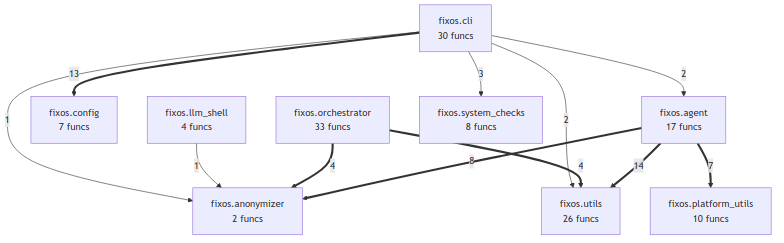
Before: project/compact_flow.png, a diagram exported from Mermaid (wronai/fixos). Its source is kept beside it as project/compact_flow.mmd. The source it was exported from:
```mermaid
flowchart TD
    fixos_agent["fixos.agent<br/>17 funcs"]
    fixos_anonymizer["fixos.anonymizer<br/>2 funcs"]
    fixos_cli["fixos.cli<br/>30 funcs"]
    fixos_config["fixos.config<br/>7 funcs"]
    fixos_llm_shell["fixos.llm_shell<br/>4 funcs"]
    fixos_orchestrator["fixos.orchestrator<br/>33 funcs"]
    fixos_platform_utils["fixos.platform_utils<br/>10 funcs"]
    fixos_system_checks["fixos.system_checks<br/>8 funcs"]
    fixos_utils["fixos.utils<br/>26 funcs"]
    fixos_agent ==>|14| fixos_utils
    fixos_cli ==>|13| fixos_config
    fixos_agent ==>|8| fixos_anonymizer
    fixos_agent ==>|7| fixos_platform_utils
    fixos_orchestrator ==>|4| fixos_anonymizer
    fixos_orchestrator ==>|4| fixos_utils
    fixos_cli -->|3| fixos_system_checks
    fixos_cli -->|2| fixos_agent
    fixos_cli -->|2| fixos_utils
    fixos_llm_shell -->|1| fixos_anonymizer
    fixos_cli -->|1| fixos_anonymizer
```
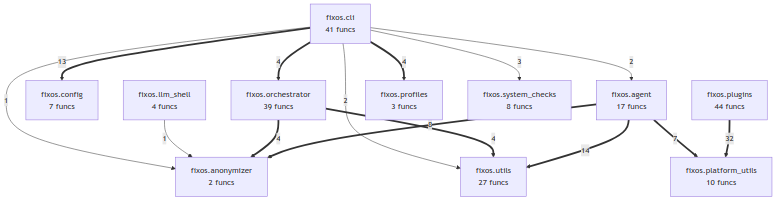
After the change.

Diff of the diagram source:
```diff
@@ -1,19 +1,24 @@
 flowchart TD
     fixos_agent["fixos.agent<br/>17 funcs"]
     fixos_anonymizer["fixos.anonymizer<br/>2 funcs"]
-    fixos_cli["fixos.cli<br/>30 funcs"]
+    fixos_cli["fixos.cli<br/>41 funcs"]
     fixos_config["fixos.config<br/>7 funcs"]
     fixos_llm_shell["fixos.llm_shell<br/>4 funcs"]
-    fixos_orchestrator["fixos.orchestrator<br/>33 funcs"]
+    fixos_orchestrator["fixos.orchestrator<br/>39 funcs"]
     fixos_platform_utils["fixos.platform_utils<br/>10 funcs"]
+    fixos_plugins["fixos.plugins<br/>44 funcs"]
+    fixos_profiles["fixos.profiles<br/>3 funcs"]
     fixos_system_checks["fixos.system_checks<br/>8 funcs"]
-    fixos_utils["fixos.utils<br/>26 funcs"]
+    fixos_utils["fixos.utils<br/>27 funcs"]
+    fixos_plugins ==>|32| fixos_platform_utils
     fixos_agent ==>|14| fixos_utils
     fixos_cli ==>|13| fixos_config
     fixos_agent ==>|8| fixos_anonymizer
     fixos_agent ==>|7| fixos_platform_utils
     fixos_orchestrator ==>|4| fixos_anonymizer
     fixos_orchestrator ==>|4| fixos_utils
+    fixos_cli ==>|4| fixos_orchestrator
+    fixos_cli ==>|4| fixos_profiles
     fixos_cli -->|3| fixos_system_checks
     fixos_cli -->|2| fixos_agent
     fixos_cli -->|2| fixos_utils
```
